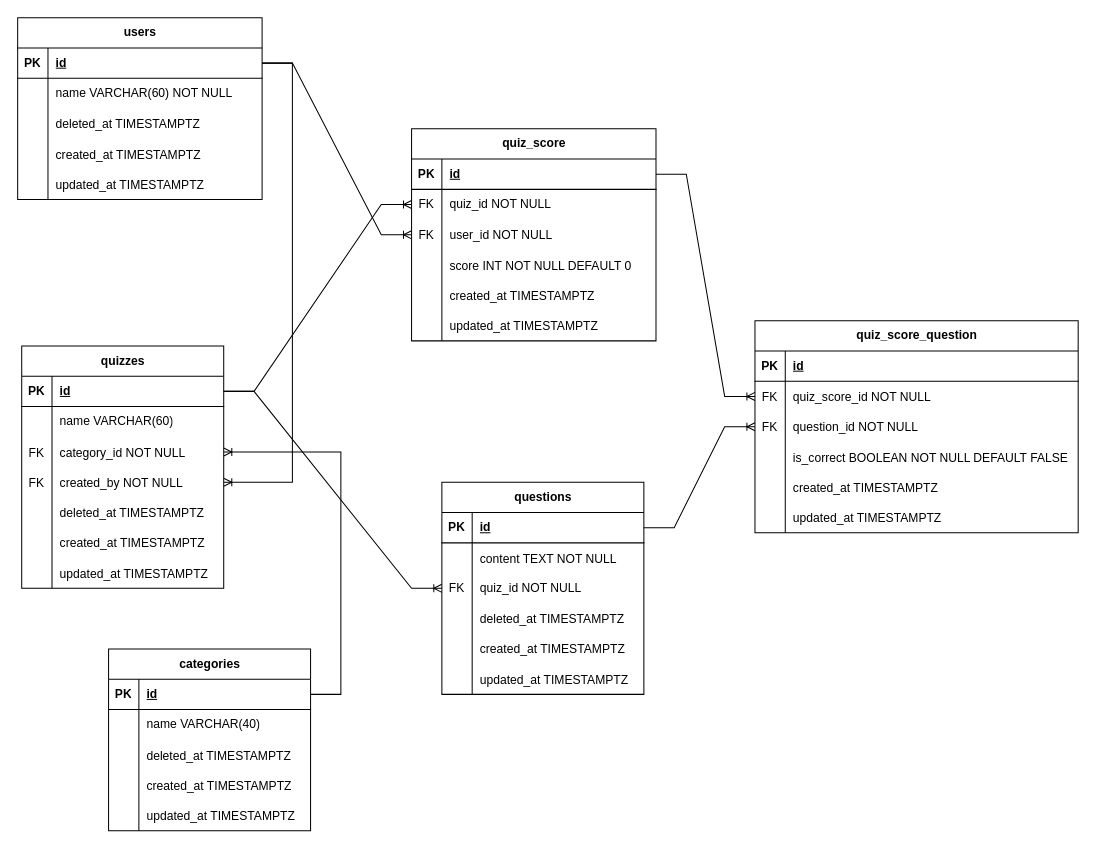
Earlier version of the draw.io diagram docs/db/diagramaLogico.drawio (yandevv/backend-intelliquiz). Source tidied: cells renumbered, new cells numbered last; positions are measured from the earlier drawing's top-left corner, leaving out a move shared by most shapes. Both pictures are drawn from the tidied source at 101%, with x=0, y=0 at pixel (17, 17).
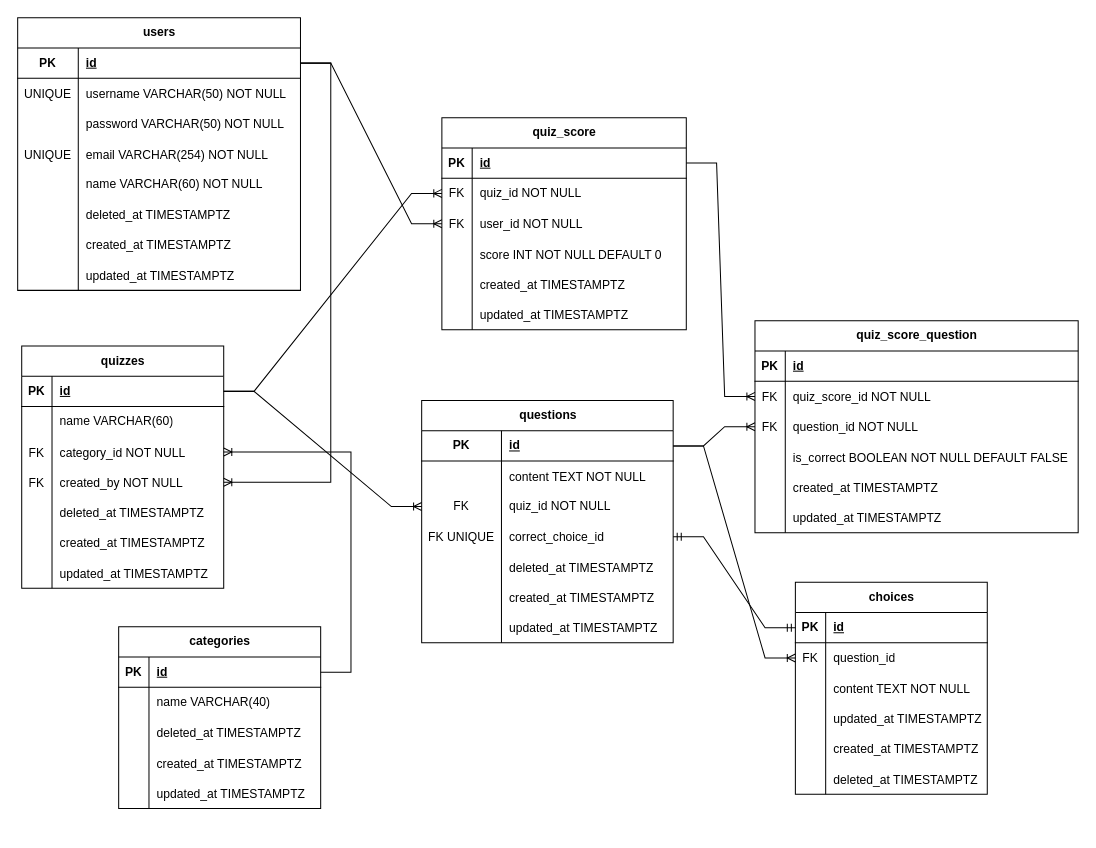
Above is the later version.

Commit message (it also covers changes not shown here):
docs(logicalDiagram): added choices table and question's correct choice field

The edit, as a diff of the source:
```diff
@@
     <mxCell id="2" value="users" style="shape=table;startSize=30;childLayout=tableLayout;rowLines=0;fontStyle=1;align=center;html=1;" parent="1" vertex="1">
-      <mxGeometry width="242" height="180" as="geometry" />
+      <mxGeometry width="280" height="270" as="geometry" />
     </mxCell>
     <mxCell id="3" style="shape=tableRow;horizontal=0;startSize=0;swimlaneHead=0;swimlaneBody=0;fillColor=none;points=[[0,0.5],[1,0.5]];portConstraint=eastwest;top=0;left=0;right=0;bottom=1;" parent="2" vertex="1">
-      <mxGeometry y="30" width="242" height="30" as="geometry" />
+      <mxGeometry y="30" width="280" height="30" as="geometry" />
     </mxCell>
     <mxCell id="4" value="PK" style="shape=partialRectangle;fillColor=none;top=0;left=0;bottom=0;right=0;fontStyle=1;overflow=hidden;whiteSpace=wrap;html=1;" parent="3" vertex="1">
-      <mxGeometry width="30" height="30" as="geometry" />
+      <mxGeometry width="60" height="30" as="geometry" />
     </mxCell>
     <mxCell id="5" value="id" style="shape=partialRectangle;fillColor=none;top=0;left=0;bottom=0;right=0;align=left;spacingLeft=6;fontStyle=5;overflow=hidden;whiteSpace=wrap;html=1;" parent="3" vertex="1">
-      <mxGeometry x="30" width="212" height="30" as="geometry" />
+      <mxGeometry x="60" width="220" height="30" as="geometry" />
     </mxCell>
+    <mxCell id="120" style="shape=tableRow;horizontal=0;startSize=0;swimlaneHead=0;swimlaneBody=0;fillColor=none;top=0;left=0;right=0;bottom=0;" parent="2" vertex="1">
+      <mxGeometry y="60" width="280" height="30" as="geometry" />
+    </mxCell>
+    <mxCell id="121" value="UNIQUE" style="shape=partialRectangle;fillColor=none;top=0;left=0;bottom=0;right=0;overflow=hidden;" parent="120" vertex="1">
+      <mxGeometry width="60" height="30" as="geometry" />
+    </mxCell>
+    <mxCell id="122" value="username VARCHAR(50) NOT NULL" style="shape=partialRectangle;fillColor=none;top=0;left=0;bottom=0;right=0;align=left;spacingLeft=6;overflow=hidden;flipV=0;" parent="120" vertex="1">
+      <mxGeometry x="60" width="220" height="30" as="geometry" />
+    </mxCell>
+    <mxCell id="123" style="shape=tableRow;horizontal=0;startSize=0;swimlaneHead=0;swimlaneBody=0;fillColor=none;top=0;left=0;right=0;bottom=0;" parent="2" vertex="1">
+      <mxGeometry y="90" width="280" height="30" as="geometry" />
+    </mxCell>
+    <mxCell id="124" style="shape=partialRectangle;fillColor=none;top=0;left=0;bottom=0;right=0;overflow=hidden;" parent="123" vertex="1">
+      <mxGeometry width="60" height="30" as="geometry" />
+    </mxCell>
+    <mxCell id="125" value="password VARCHAR(50) NOT NULL" style="shape=partialRectangle;fillColor=none;top=0;left=0;bottom=0;right=0;align=left;spacingLeft=6;overflow=hidden;flipV=0;" parent="123" vertex="1">
+      <mxGeometry x="60" width="220" height="30" as="geometry" />
+    </mxCell>
+    <mxCell id="126" style="shape=tableRow;horizontal=0;startSize=0;swimlaneHead=0;swimlaneBody=0;fillColor=none;top=0;left=0;right=0;bottom=0;" parent="2" vertex="1">
+      <mxGeometry y="120" width="280" height="30" as="geometry" />
+    </mxCell>
+    <mxCell id="127" value="UNIQUE" style="shape=partialRectangle;fillColor=none;top=0;left=0;bottom=0;right=0;overflow=hidden;" parent="126" vertex="1">
+      <mxGeometry width="60" height="30" as="geometry" />
+    </mxCell>
+    <mxCell id="128" value="email VARCHAR(254) NOT NULL" style="shape=partialRectangle;fillColor=none;top=0;left=0;bottom=0;right=0;align=left;spacingLeft=6;overflow=hidden;flipV=0;" parent="126" vertex="1">
+      <mxGeometry x="60" width="220" height="30" as="geometry" />
+    </mxCell>
     <mxCell id="6" style="shape=tableRow;horizontal=0;startSize=0;swimlaneHead=0;swimlaneBody=0;fillColor=none;top=0;left=0;right=0;bottom=0;" parent="2" vertex="1">
-      <mxGeometry y="60" width="242" height="30" as="geometry" />
+      <mxGeometry y="150" width="280" height="30" as="geometry" />
     </mxCell>
     <mxCell id="7" style="shape=partialRectangle;fillColor=none;top=0;left=0;bottom=0;right=0;overflow=hidden;whiteSpace=wrap;html=1;" parent="6" vertex="1">
-      <mxGeometry width="30" height="30" as="geometry" />
+      <mxGeometry width="60" height="30" as="geometry" />
     </mxCell>
     <mxCell id="8" value="name VARCHAR(60) NOT NULL" style="shape=partialRectangle;fillColor=none;top=0;left=0;bottom=0;right=0;align=left;spacingLeft=6;overflow=hidden;whiteSpace=wrap;html=1;" parent="6" vertex="1">
-      <mxGeometry x="30" width="212" height="30" as="geometry" />
+      <mxGeometry x="60" width="220" height="30" as="geometry" />
     </mxCell>
     <mxCell id="9" style="shape=tableRow;horizontal=0;startSize=0;swimlaneHead=0;swimlaneBody=0;fillColor=none;top=0;left=0;right=0;bottom=0;" parent="2" vertex="1">
-      <mxGeometry y="90" width="242" height="30" as="geometry" />
+      <mxGeometry y="180" width="280" height="30" as="geometry" />
     </mxCell>
     <mxCell id="10" style="shape=partialRectangle;fillColor=none;top=0;left=0;bottom=0;right=0;overflow=hidden;" parent="9" vertex="1">
-      <mxGeometry width="30" height="30" as="geometry" />
+      <mxGeometry width="60" height="30" as="geometry" />
     </mxCell>
     <mxCell id="11" value="deleted_at TIMESTAMPTZ" style="shape=partialRectangle;fillColor=none;top=0;left=0;bottom=0;right=0;align=left;spacingLeft=6;overflow=hidden;flipV=0;" parent="9" vertex="1">
-      <mxGeometry x="30" width="212" height="30" as="geometry" />
+      <mxGeometry x="60" width="220" height="30" as="geometry" />
     </mxCell>
     <mxCell id="12" style="shape=tableRow;horizontal=0;startSize=0;swimlaneHead=0;swimlaneBody=0;fillColor=none;top=0;left=0;right=0;bottom=0;" parent="2" vertex="1">
-      <mxGeometry y="120" width="242" height="30" as="geometry" />
+      <mxGeometry y="210" width="280" height="30" as="geometry" />
     </mxCell>
     <mxCell id="13" style="shape=partialRectangle;fillColor=none;top=0;left=0;bottom=0;right=0;overflow=hidden;" parent="12" vertex="1">
-      <mxGeometry width="30" height="30" as="geometry" />
+      <mxGeometry width="60" height="30" as="geometry" />
     </mxCell>
     <mxCell id="14" value="created_at TIMESTAMPTZ" style="shape=partialRectangle;fillColor=none;top=0;left=0;bottom=0;right=0;align=left;spacingLeft=6;overflow=hidden;flipV=0;" parent="12" vertex="1">
-      <mxGeometry x="30" width="212" height="30" as="geometry" />
+      <mxGeometry x="60" width="220" height="30" as="geometry" />
     </mxCell>
     <mxCell id="15" style="shape=tableRow;horizontal=0;startSize=0;swimlaneHead=0;swimlaneBody=0;fillColor=none;top=0;left=0;right=0;bottom=0;" parent="2" vertex="1">
-      <mxGeometry y="150" width="242" height="30" as="geometry" />
+      <mxGeometry y="240" width="280" height="30" as="geometry" />
     </mxCell>
     <mxCell id="16" style="shape=partialRectangle;fillColor=none;top=0;left=0;bottom=0;right=0;overflow=hidden;" parent="15" vertex="1">
-      <mxGeometry width="30" height="30" as="geometry" />
+      <mxGeometry width="60" height="30" as="geometry" />
     </mxCell>
     <mxCell id="17" value="updated_at TIMESTAMPTZ" style="shape=partialRectangle;fillColor=none;top=0;left=0;bottom=0;right=0;align=left;spacingLeft=6;overflow=hidden;flipV=0;" parent="15" vertex="1">
-      <mxGeometry x="30" width="212" height="30" as="geometry" />
+      <mxGeometry x="60" width="220" height="30" as="geometry" />
     </mxCell>
@@
     <mxCell id="41" value="questions" style="shape=table;startSize=30;childLayout=tableLayout;rowLines=0;fontStyle=1;align=center;html=1;" parent="1" vertex="1">
-      <mxGeometry x="420" y="460" width="200" height="210" as="geometry" />
+      <mxGeometry x="400" y="379" width="249" height="240" as="geometry" />
     </mxCell>
     <mxCell id="42" style="shape=tableRow;horizontal=0;startSize=0;swimlaneHead=0;swimlaneBody=0;fillColor=none;points=[[0,0.5],[1,0.5]];portConstraint=eastwest;top=0;left=0;right=0;bottom=1;" parent="41" vertex="1">
-      <mxGeometry y="30" width="200" height="30" as="geometry" />
+      <mxGeometry y="30" width="249" height="30" as="geometry" />
     </mxCell>
     <mxCell id="43" value="PK" style="shape=partialRectangle;fillColor=none;top=0;left=0;bottom=0;right=0;fontStyle=1;overflow=hidden;whiteSpace=wrap;html=1;" parent="42" vertex="1">
-      <mxGeometry width="30" height="30" as="geometry" />
+      <mxGeometry width="79" height="30" as="geometry" />
     </mxCell>
     <mxCell id="44" value="id" style="shape=partialRectangle;fillColor=none;top=0;left=0;bottom=0;right=0;align=left;spacingLeft=6;fontStyle=5;overflow=hidden;whiteSpace=wrap;html=1;" parent="42" vertex="1">
-      <mxGeometry x="30" width="170" height="30" as="geometry" />
+      <mxGeometry x="79" width="170" height="30" as="geometry" />
     </mxCell>
     <mxCell id="45" style="shape=tableRow;horizontal=0;startSize=0;swimlaneHead=0;swimlaneBody=0;fillColor=none;top=0;left=0;right=0;bottom=0;" parent="41" vertex="1">
-      <mxGeometry y="60" width="200" height="30" as="geometry" />
+      <mxGeometry y="60" width="249" height="30" as="geometry" />
     </mxCell>
     <mxCell id="46" style="shape=partialRectangle;fillColor=none;top=0;left=0;bottom=0;right=0;overflow=hidden;" parent="45" vertex="1">
-      <mxGeometry width="30" height="30" as="geometry" />
+      <mxGeometry width="79" height="30" as="geometry" />
     </mxCell>
     <mxCell id="47" value="content TEXT NOT NULL" style="shape=partialRectangle;fillColor=none;top=0;left=0;bottom=0;right=0;align=left;spacingLeft=6;overflow=hidden;flipV=0;" parent="45" vertex="1">
-      <mxGeometry x="30" width="170" height="30" as="geometry" />
+      <mxGeometry x="79" width="170" height="30" as="geometry" />
     </mxCell>
     <mxCell id="48" style="shape=tableRow;horizontal=0;startSize=0;swimlaneHead=0;swimlaneBody=0;fillColor=none;points=[[0,0.5],[1,0.5]];portConstraint=eastwest;top=0;left=0;right=0;bottom=0;" parent="41" vertex="1">
-      <mxGeometry y="90" width="200" height="30" as="geometry" />
+      <mxGeometry y="90" width="249" height="30" as="geometry" />
     </mxCell>
     <mxCell id="49" value="FK" style="shape=partialRectangle;fillColor=none;top=0;left=0;bottom=0;right=0;overflow=hidden;whiteSpace=wrap;html=1;" parent="48" vertex="1">
-      <mxGeometry width="30" height="30" as="geometry" />
+      <mxGeometry width="79" height="30" as="geometry" />
     </mxCell>
     <mxCell id="50" value="quiz_id NOT NULL" style="shape=partialRectangle;fillColor=none;top=0;left=0;bottom=0;right=0;align=left;spacingLeft=6;overflow=hidden;whiteSpace=wrap;html=1;" parent="48" vertex="1">
-      <mxGeometry x="30" width="170" height="30" as="geometry" />
+      <mxGeometry x="79" width="170" height="30" as="geometry" />
     </mxCell>
+    <mxCell id="129" style="shape=tableRow;horizontal=0;startSize=0;swimlaneHead=0;swimlaneBody=0;fillColor=none;points=[[0,0.5],[1,0.5]];portConstraint=eastwest;top=0;left=0;right=0;bottom=0;" parent="41" vertex="1">
+      <mxGeometry y="120" width="249" height="30" as="geometry" />
+    </mxCell>
+    <mxCell id="130" value="FK UNIQUE" style="shape=partialRectangle;fillColor=none;top=0;left=0;bottom=0;right=0;overflow=hidden;" parent="129" vertex="1">
+      <mxGeometry width="79" height="30" as="geometry" />
+    </mxCell>
+    <mxCell id="131" value="correct_choice_id" style="shape=partialRectangle;fillColor=none;top=0;left=0;bottom=0;right=0;align=left;spacingLeft=6;overflow=hidden;flipV=0;" parent="129" vertex="1">
+      <mxGeometry x="79" width="170" height="30" as="geometry" />
+    </mxCell>
     <mxCell id="51" style="shape=tableRow;horizontal=0;startSize=0;swimlaneHead=0;swimlaneBody=0;fillColor=none;top=0;left=0;right=0;bottom=0;" parent="41" vertex="1">
-      <mxGeometry y="120" width="200" height="30" as="geometry" />
+      <mxGeometry y="150" width="249" height="30" as="geometry" />
     </mxCell>
     <mxCell id="52" style="shape=partialRectangle;fillColor=none;top=0;left=0;bottom=0;right=0;overflow=hidden;" parent="51" vertex="1">
-      <mxGeometry width="30" height="30" as="geometry" />
+      <mxGeometry width="79" height="30" as="geometry" />
     </mxCell>
     <mxCell id="53" value="deleted_at TIMESTAMPTZ" style="shape=partialRectangle;fillColor=none;top=0;left=0;bottom=0;right=0;align=left;spacingLeft=6;overflow=hidden;flipV=0;" parent="51" vertex="1">
-      <mxGeometry x="30" width="170" height="30" as="geometry" />
+      <mxGeometry x="79" width="170" height="30" as="geometry" />
     </mxCell>
     <mxCell id="54" style="shape=tableRow;horizontal=0;startSize=0;swimlaneHead=0;swimlaneBody=0;fillColor=none;top=0;left=0;right=0;bottom=0;" parent="41" vertex="1">
-      <mxGeometry y="150" width="200" height="30" as="geometry" />
+      <mxGeometry y="180" width="249" height="30" as="geometry" />
     </mxCell>
     <mxCell id="55" style="shape=partialRectangle;fillColor=none;top=0;left=0;bottom=0;right=0;overflow=hidden;" parent="54" vertex="1">
-      <mxGeometry width="30" height="30" as="geometry" />
+      <mxGeometry width="79" height="30" as="geometry" />
     </mxCell>
     <mxCell id="56" value="created_at TIMESTAMPTZ" style="shape=partialRectangle;fillColor=none;top=0;left=0;bottom=0;right=0;align=left;spacingLeft=6;overflow=hidden;flipV=0;" parent="54" vertex="1">
-      <mxGeometry x="30" width="170" height="30" as="geometry" />
+      <mxGeometry x="79" width="170" height="30" as="geometry" />
     </mxCell>
     <mxCell id="57" style="shape=tableRow;horizontal=0;startSize=0;swimlaneHead=0;swimlaneBody=0;fillColor=none;top=0;left=0;right=0;bottom=0;" parent="41" vertex="1">
-      <mxGeometry y="180" width="200" height="30" as="geometry" />
+      <mxGeometry y="210" width="249" height="30" as="geometry" />
     </mxCell>
     <mxCell id="58" style="shape=partialRectangle;fillColor=none;top=0;left=0;bottom=0;right=0;overflow=hidden;" parent="57" vertex="1">
-      <mxGeometry width="30" height="30" as="geometry" />
+      <mxGeometry width="79" height="30" as="geometry" />
     </mxCell>
     <mxCell id="59" value="updated_at TIMESTAMPTZ" style="shape=partialRectangle;fillColor=none;top=0;left=0;bottom=0;right=0;align=left;spacingLeft=6;overflow=hidden;flipV=0;" parent="57" vertex="1">
-      <mxGeometry x="30" width="170" height="30" as="geometry" />
+      <mxGeometry x="79" width="170" height="30" as="geometry" />
     </mxCell>
@@
     <mxCell id="61" value="categories" style="shape=table;startSize=30;childLayout=tableLayout;rowLines=0;fontStyle=1;align=center;html=1;" parent="1" vertex="1">
-      <mxGeometry x="90" y="625" width="200" height="180" as="geometry" />
+      <mxGeometry x="100" y="603" width="200" height="180" as="geometry" />
     </mxCell>
@@
     <mxCell id="78" value="quiz_score" style="shape=table;startSize=30;childLayout=tableLayout;rowLines=0;fontStyle=1;align=center;html=1;" parent="1" vertex="1">
-      <mxGeometry x="390" y="110" width="242" height="210" as="geometry" />
+      <mxGeometry x="420" y="99" width="242" height="210" as="geometry" />
     </mxCell>
@@
+    <mxCell id="132" value="choices" style="shape=table;startSize=30;childLayout=tableLayout;rowLines=0;fontStyle=1;align=center;html=1;" parent="1" vertex="1">
+      <mxGeometry x="770" y="559" width="190" height="210" as="geometry" />
+    </mxCell>
+    <mxCell id="133" style="shape=tableRow;horizontal=0;startSize=0;swimlaneHead=0;swimlaneBody=0;fillColor=none;points=[[0,0.5],[1,0.5]];portConstraint=eastwest;top=0;left=0;right=0;bottom=1;" parent="132" vertex="1">
+      <mxGeometry y="30" width="190" height="30" as="geometry" />
+    </mxCell>
+    <mxCell id="134" value="PK" style="shape=partialRectangle;fillColor=none;top=0;left=0;bottom=0;right=0;fontStyle=1;overflow=hidden;whiteSpace=wrap;html=1;" parent="133" vertex="1">
+      <mxGeometry width="30" height="30" as="geometry" />
+    </mxCell>
+    <mxCell id="135" value="id" style="shape=partialRectangle;fillColor=none;top=0;left=0;bottom=0;right=0;align=left;spacingLeft=6;fontStyle=5;overflow=hidden;whiteSpace=wrap;html=1;" parent="133" vertex="1">
+      <mxGeometry x="30" width="160" height="30" as="geometry" />
+    </mxCell>
+    <mxCell id="136" style="shape=tableRow;horizontal=0;startSize=0;swimlaneHead=0;swimlaneBody=0;fillColor=none;points=[[0,0.5],[1,0.5]];portConstraint=eastwest;top=0;left=0;right=0;bottom=0;" parent="132" vertex="1">
+      <mxGeometry y="60" width="190" height="30" as="geometry" />
+    </mxCell>
+    <mxCell id="137" value="FK" style="shape=partialRectangle;fillColor=none;top=0;left=0;bottom=0;right=0;overflow=hidden;whiteSpace=wrap;html=1;" parent="136" vertex="1">
+      <mxGeometry width="30" height="30" as="geometry" />
+    </mxCell>
+    <mxCell id="138" value="question_id" style="shape=partialRectangle;fillColor=none;top=0;left=0;bottom=0;right=0;align=left;spacingLeft=6;overflow=hidden;whiteSpace=wrap;html=1;" parent="136" vertex="1">
+      <mxGeometry x="30" width="160" height="30" as="geometry" />
+    </mxCell>
+    <mxCell id="139" style="shape=tableRow;horizontal=0;startSize=0;swimlaneHead=0;swimlaneBody=0;fillColor=none;top=0;left=0;right=0;bottom=0;" parent="132" vertex="1">
+      <mxGeometry y="90" width="190" height="30" as="geometry" />
+    </mxCell>
+    <mxCell id="140" style="shape=partialRectangle;fillColor=none;top=0;left=0;bottom=0;right=0;overflow=hidden;" parent="139" vertex="1">
+      <mxGeometry width="30" height="30" as="geometry" />
+    </mxCell>
+    <mxCell id="141" value="content TEXT NOT NULL" style="shape=partialRectangle;fillColor=none;top=0;left=0;bottom=0;right=0;align=left;spacingLeft=6;overflow=hidden;flipV=0;" parent="139" vertex="1">
+      <mxGeometry x="30" width="160" height="30" as="geometry" />
+    </mxCell>
+    <mxCell id="142" style="shape=tableRow;horizontal=0;startSize=0;swimlaneHead=0;swimlaneBody=0;fillColor=none;top=0;left=0;right=0;bottom=0;" parent="132" vertex="1">
+      <mxGeometry y="120" width="190" height="30" as="geometry" />
+    </mxCell>
+    <mxCell id="143" style="shape=partialRectangle;fillColor=none;top=0;left=0;bottom=0;right=0;overflow=hidden;" parent="142" vertex="1">
+      <mxGeometry width="30" height="30" as="geometry" />
+    </mxCell>
+    <mxCell id="144" value="updated_at TIMESTAMPTZ" style="shape=partialRectangle;fillColor=none;top=0;left=0;bottom=0;right=0;align=left;spacingLeft=6;overflow=hidden;flipV=0;" parent="142" vertex="1">
+      <mxGeometry x="30" width="160" height="30" as="geometry" />
+    </mxCell>
+    <mxCell id="145" style="shape=tableRow;horizontal=0;startSize=0;swimlaneHead=0;swimlaneBody=0;fillColor=none;top=0;left=0;right=0;bottom=0;" parent="132" vertex="1">
+      <mxGeometry y="150" width="190" height="30" as="geometry" />
+    </mxCell>
+    <mxCell id="146" style="shape=partialRectangle;fillColor=none;top=0;left=0;bottom=0;right=0;overflow=hidden;" parent="145" vertex="1">
+      <mxGeometry width="30" height="30" as="geometry" />
+    </mxCell>
+    <mxCell id="147" value="created_at TIMESTAMPTZ" style="shape=partialRectangle;fillColor=none;top=0;left=0;bottom=0;right=0;align=left;spacingLeft=6;overflow=hidden;flipV=0;" parent="145" vertex="1">
+      <mxGeometry x="30" width="160" height="30" as="geometry" />
+    </mxCell>
+    <mxCell id="148" style="shape=tableRow;horizontal=0;startSize=0;swimlaneHead=0;swimlaneBody=0;fillColor=none;top=0;left=0;right=0;bottom=0;" parent="132" vertex="1">
+      <mxGeometry y="180" width="190" height="30" as="geometry" />
+    </mxCell>
+    <mxCell id="149" style="shape=partialRectangle;fillColor=none;top=0;left=0;bottom=0;right=0;overflow=hidden;" parent="148" vertex="1">
+      <mxGeometry width="30" height="30" as="geometry" />
+    </mxCell>
+    <mxCell id="150" value="deleted_at TIMESTAMPTZ" style="shape=partialRectangle;fillColor=none;top=0;left=0;bottom=0;right=0;align=left;spacingLeft=6;overflow=hidden;flipV=0;" parent="148" vertex="1">
+      <mxGeometry x="30" width="160" height="30" as="geometry" />
+    </mxCell>
+    <mxCell id="151" style="edgeStyle=entityRelationEdgeStyle;fontSize=12;html=1;endArrow=ERoneToMany;rounded=0;" parent="1" edge="1" source="42" target="136">
+      <mxGeometry relative="1" as="geometry" />
+    </mxCell>
+    <mxCell id="152" style="edgeStyle=entityRelationEdgeStyle;fontSize=12;html=1;endArrow=ERmandOne;startArrow=ERmandOne;rounded=0;" parent="1" edge="1" source="129" target="133">
+      <mxGeometry relative="1" as="geometry" />
+    </mxCell>
```
